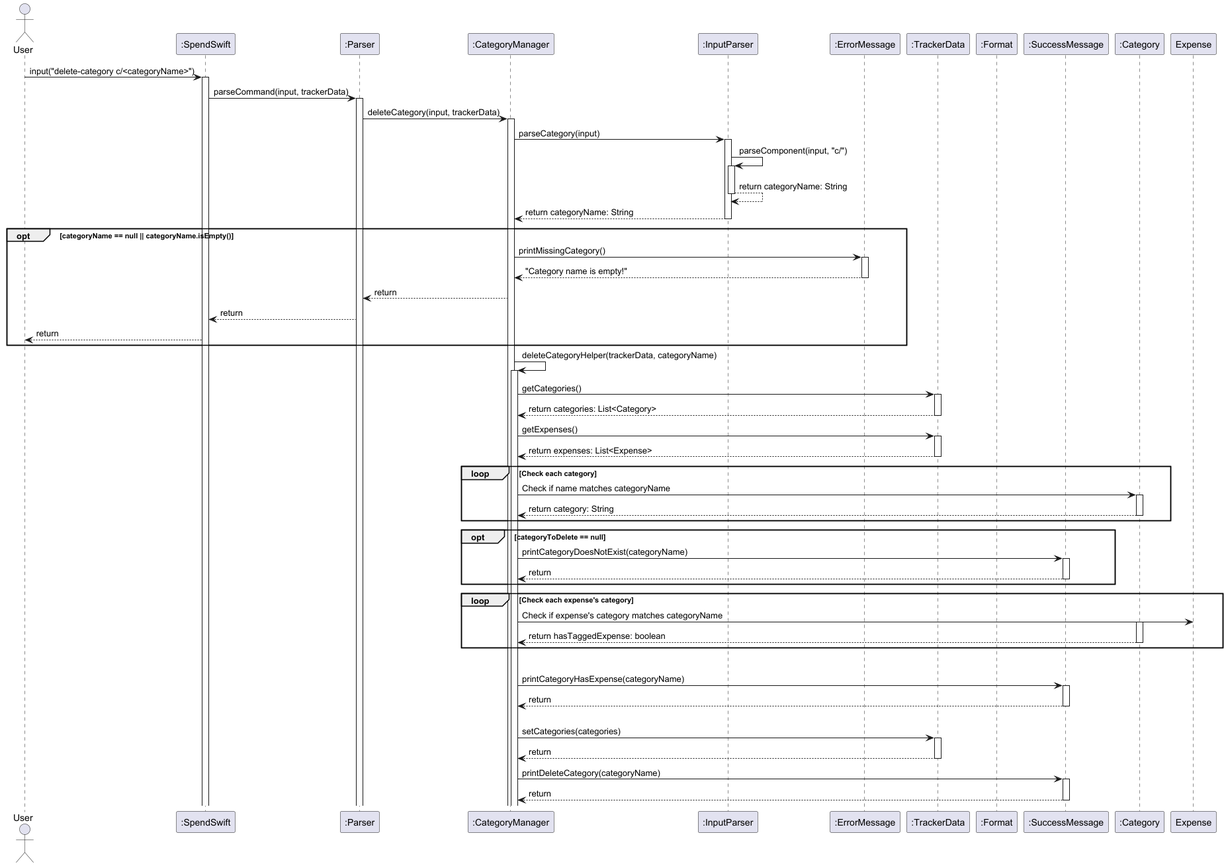
Earlier version of the PlantUML export docs/sequencediagrams/DeleteCategory.png (nus-cs2113-AY2425S1/tp).
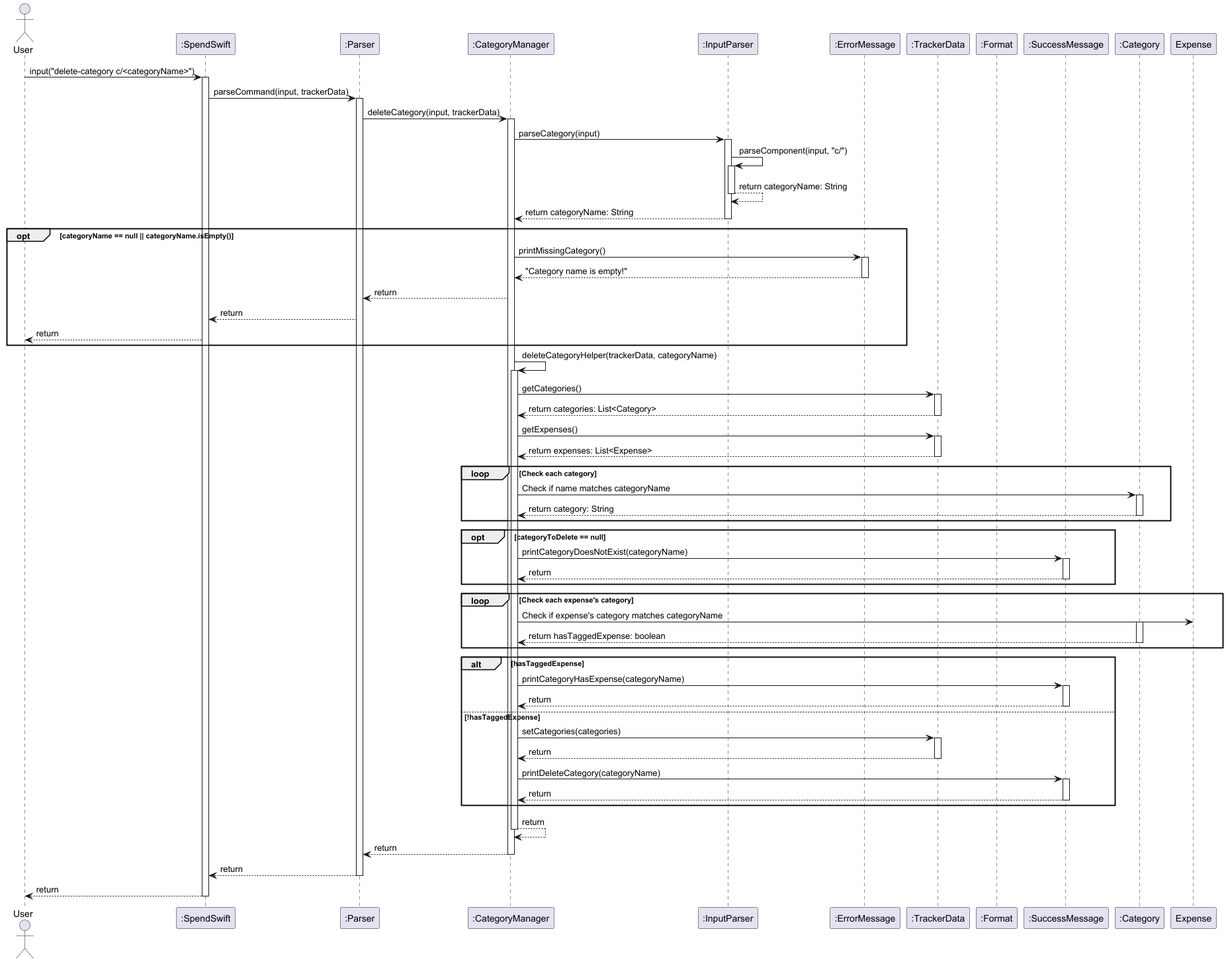
Later version of the same file.

Diff of the diagram source:
```diff
@@ -88,5 +88,17 @@
 activate SuccessMessage
 SuccessMessage --> CategoryManager : return
 deactivate SuccessMessage
+end
 
+CategoryManager --> CategoryManager : return
+deactivate CategoryManager
+
+CategoryManager --> Parser : return
+deactivate CategoryManager
+
+Parser --> SpendSwift : return
+deactivate Parser
+
+SpendSwift --> User : return
+deactivate SpendSwift
 @enduml
```
